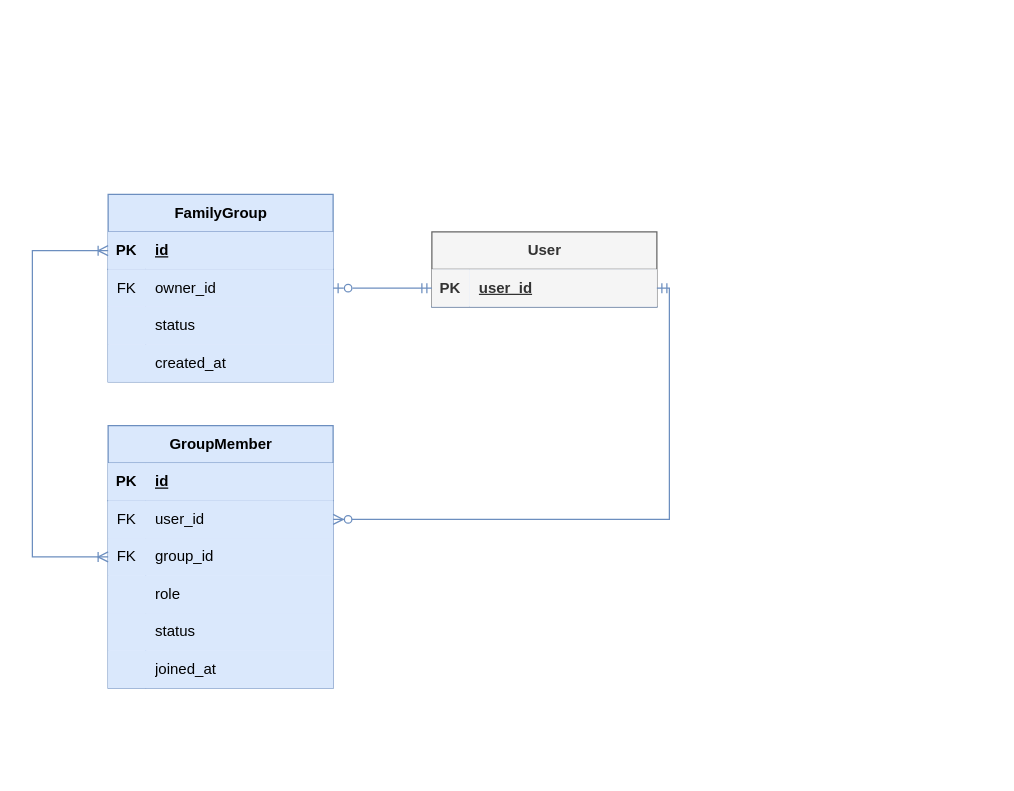
shedoesacase/ishitr-t-mobile-docs keeps this draw.io diagram as 02_Database/diagrams/src/domen1_ER.drawio. Above is the earlier version. Source tidied: cells renumbered, new cells numbered last; positions are measured from the earlier drawing's top-left corner, leaving out a move shared by most shapes. Both pictures are drawn from the tidied source at 125%, with x=0, y=0 at pixel (31, 194).
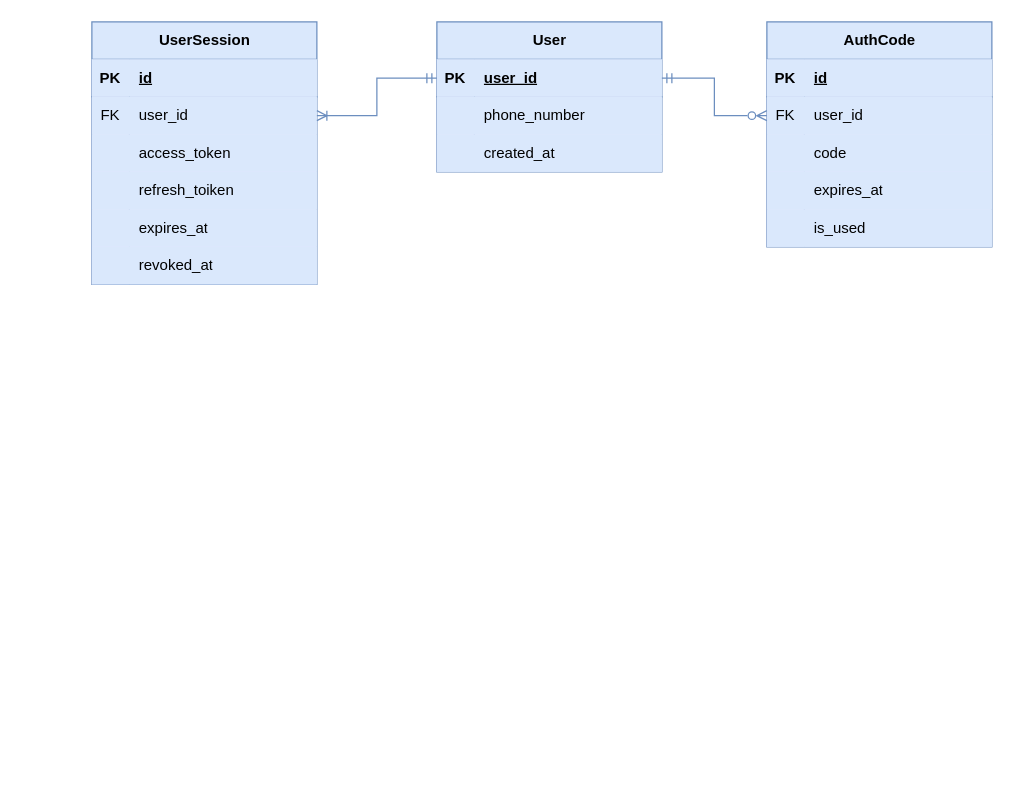
Above is the later version.

The change refers to these unchanged cells:
```xml
<mxCell id="7" style="shape=tableRow;horizontal=0;startSize=0;swimlaneHead=0;swimlaneBody=0;fillColor=#dae8fc;points=[[0,0.5],[1,0.5]];portConstraint=eastwest;top=0;left=0;right=0;bottom=1;strokeColor=#6c8ebf;" parent="6" vertex="1">
  <mxGeometry y="30" width="180" height="30" as="geometry" />
</mxCell>
<mxCell id="10" style="shape=tableRow;horizontal=0;startSize=0;swimlaneHead=0;swimlaneBody=0;fillColor=#dae8fc;points=[[0,0.5],[1,0.5]];portConstraint=eastwest;top=0;left=0;right=0;bottom=0;strokeColor=#6c8ebf;" parent="6" vertex="1">
  <mxGeometry y="60" width="180" height="30" as="geometry" />
</mxCell>
<mxCell id="13" style="shape=tableRow;horizontal=0;startSize=0;swimlaneHead=0;swimlaneBody=0;fillColor=#dae8fc;points=[[0,0.5],[1,0.5]];portConstraint=eastwest;top=0;left=0;right=0;bottom=0;strokeColor=#6c8ebf;" parent="6" vertex="1">
  <mxGeometry y="90" width="180" height="30" as="geometry" />
</mxCell>
<mxCell id="32" style="shape=tableRow;horizontal=0;startSize=0;swimlaneHead=0;swimlaneBody=0;fillColor=#dae8fc;points=[[0,0.5],[1,0.5]];portConstraint=eastwest;top=0;left=0;right=0;bottom=0;strokeColor=#6c8ebf;" parent="28" vertex="1">
  <mxGeometry y="60" width="180" height="30" as="geometry" />
</mxCell>
<mxCell id="35" style="shape=tableRow;horizontal=0;startSize=0;swimlaneHead=0;swimlaneBody=0;fillColor=#dae8fc;top=0;left=0;right=0;bottom=0;strokeColor=#6c8ebf;" parent="28" vertex="1">
  <mxGeometry y="90" width="180" height="30" as="geometry" />
</mxCell>
<mxCell id="38" style="shape=tableRow;horizontal=0;startSize=0;swimlaneHead=0;swimlaneBody=0;fillColor=#dae8fc;top=0;left=0;right=0;bottom=0;strokeColor=#6c8ebf;" parent="28" vertex="1">
  <mxGeometry y="120" width="180" height="30" as="geometry" />
</mxCell>
```

Diff of the diagram source:
```diff
@@
-    <mxCell id="2" value="User" style="shape=table;startSize=30;childLayout=tableLayout;rowLines=0;fontStyle=1;align=center;html=1;fillColor=#f5f5f5;strokeColor=#666666;fontColor=#333333;" parent="1" vertex="1">
-      <mxGeometry x="320" y="30" width="180" height="60" as="geometry" />
-    </mxCell>
-    <mxCell id="3" style="shape=tableRow;horizontal=0;startSize=0;swimlaneHead=0;swimlaneBody=0;fillColor=#dae8fc;points=[[0,0.5],[1,0.5]];portConstraint=eastwest;top=0;left=0;right=0;bottom=1;strokeColor=#6c8ebf;" parent="2" vertex="1">
-      <mxGeometry y="30" width="180" height="30" as="geometry" />
-    </mxCell>
-    <mxCell id="4" value="PK" style="shape=partialRectangle;fillColor=#f5f5f5;top=0;left=0;bottom=0;right=0;fontStyle=1;overflow=hidden;whiteSpace=wrap;html=1;strokeColor=#666666;fontColor=#333333;" parent="3" vertex="1">
-      <mxGeometry width="30" height="30" as="geometry" />
-    </mxCell>
-    <mxCell id="5" value="user_id" style="shape=partialRectangle;fillColor=#f5f5f5;top=0;left=0;bottom=0;right=0;align=left;spacingLeft=6;fontStyle=5;overflow=hidden;whiteSpace=wrap;html=1;strokeColor=#666666;fontColor=#333333;" parent="3" vertex="1">
-      <mxGeometry x="30" width="150" height="30" as="geometry" />
-    </mxCell>
-    <mxCell id="6" value="GroupMember" style="shape=table;startSize=30;childLayout=tableLayout;rowLines=0;fontStyle=1;align=center;html=1;fillColor=#dae8fc;strokeColor=#6c8ebf;" parent="1" vertex="1">
-      <mxGeometry x="61" y="185" width="180" height="210" as="geometry" />
+    <mxCell id="6" value="User" style="shape=table;startSize=30;childLayout=tableLayout;rowLines=0;fontStyle=1;align=center;html=1;fillColor=#dae8fc;strokeColor=#6c8ebf;" parent="1" vertex="1">
+      <mxGeometry x="324" y="-138" width="180" height="120" as="geometry" />
     </mxCell>
@@
-    <mxCell id="9" value="id" style="shape=partialRectangle;fillColor=#dae8fc;top=0;left=0;bottom=0;right=0;align=left;spacingLeft=6;fontStyle=5;overflow=hidden;whiteSpace=wrap;html=1;strokeColor=#6c8ebf;" parent="7" vertex="1">
+    <mxCell id="9" value="user_id" style="shape=partialRectangle;fillColor=#dae8fc;top=0;left=0;bottom=0;right=0;align=left;spacingLeft=6;fontStyle=5;overflow=hidden;whiteSpace=wrap;html=1;strokeColor=#6c8ebf;" parent="7" vertex="1">
       <mxGeometry x="30" width="150" height="30" as="geometry" />
     </mxCell>
@@
-    <mxCell id="11" value="FK" style="shape=partialRectangle;fillColor=#dae8fc;top=0;left=0;bottom=0;right=0;overflow=hidden;whiteSpace=wrap;html=1;strokeColor=#6c8ebf;" parent="10" vertex="1">
+    <mxCell id="11" style="shape=partialRectangle;fillColor=#dae8fc;top=0;left=0;bottom=0;right=0;overflow=hidden;whiteSpace=wrap;html=1;strokeColor=#6c8ebf;" parent="10" vertex="1">
       <mxGeometry width="30" height="30" as="geometry" />
     </mxCell>
-    <mxCell id="12" value="user_id" style="shape=partialRectangle;fillColor=#dae8fc;top=0;left=0;bottom=0;right=0;align=left;spacingLeft=6;overflow=hidden;whiteSpace=wrap;html=1;strokeColor=#6c8ebf;" parent="10" vertex="1">
+    <mxCell id="12" value="phone_number" style="shape=partialRectangle;fillColor=#dae8fc;top=0;left=0;bottom=0;right=0;align=left;spacingLeft=6;overflow=hidden;whiteSpace=wrap;html=1;strokeColor=#6c8ebf;" parent="10" vertex="1">
       <mxGeometry x="30" width="150" height="30" as="geometry" />
     </mxCell>
@@
-    <mxCell id="14" value="FK" style="shape=partialRectangle;fillColor=#dae8fc;top=0;left=0;bottom=0;right=0;overflow=hidden;whiteSpace=wrap;html=1;strokeColor=#6c8ebf;" parent="13" vertex="1">
+    <mxCell id="14" style="shape=partialRectangle;fillColor=#dae8fc;top=0;left=0;bottom=0;right=0;overflow=hidden;whiteSpace=wrap;html=1;strokeColor=#6c8ebf;" parent="13" vertex="1">
       <mxGeometry width="30" height="30" as="geometry" />
     </mxCell>
-    <mxCell id="15" value="group_id" style="shape=partialRectangle;fillColor=#dae8fc;top=0;left=0;bottom=0;right=0;align=left;spacingLeft=6;overflow=hidden;whiteSpace=wrap;html=1;strokeColor=#6c8ebf;" parent="13" vertex="1">
+    <mxCell id="15" value="created_at" style="shape=partialRectangle;fillColor=#dae8fc;top=0;left=0;bottom=0;right=0;align=left;spacingLeft=6;overflow=hidden;whiteSpace=wrap;html=1;strokeColor=#6c8ebf;" parent="13" vertex="1">
       <mxGeometry x="30" width="150" height="30" as="geometry" />
     </mxCell>
-    <mxCell id="16" style="shape=tableRow;horizontal=0;startSize=0;swimlaneHead=0;swimlaneBody=0;fillColor=#dae8fc;top=0;left=0;right=0;bottom=0;strokeColor=#6c8ebf;" parent="6" vertex="1">
-      <mxGeometry y="120" width="180" height="30" as="geometry" />
-    </mxCell>
-    <mxCell id="17" style="shape=partialRectangle;fillColor=#dae8fc;top=0;left=0;bottom=0;right=0;overflow=hidden;whiteSpace=wrap;html=1;strokeColor=#6c8ebf;" parent="16" vertex="1">
-      <mxGeometry width="30" height="30" as="geometry" />
-    </mxCell>
-    <mxCell id="18" value="role" style="shape=partialRectangle;fillColor=#dae8fc;top=0;left=0;bottom=0;right=0;align=left;spacingLeft=6;overflow=hidden;whiteSpace=wrap;html=1;strokeColor=#6c8ebf;" parent="16" vertex="1">
-      <mxGeometry x="30" width="150" height="30" as="geometry" />
-    </mxCell>
-    <mxCell id="19" style="shape=tableRow;horizontal=0;startSize=0;swimlaneHead=0;swimlaneBody=0;fillColor=#dae8fc;top=0;left=0;right=0;bottom=0;strokeColor=#6c8ebf;" parent="6" vertex="1">
-      <mxGeometry y="150" width="180" height="30" as="geometry" />
-    </mxCell>
-    <mxCell id="20" style="shape=partialRectangle;fillColor=#dae8fc;top=0;left=0;bottom=0;right=0;overflow=hidden;whiteSpace=wrap;html=1;strokeColor=#6c8ebf;" parent="19" vertex="1">
-      <mxGeometry width="30" height="30" as="geometry" />
-    </mxCell>
-    <mxCell id="21" value="status" style="shape=partialRectangle;fillColor=#dae8fc;top=0;left=0;bottom=0;right=0;align=left;spacingLeft=6;overflow=hidden;whiteSpace=wrap;html=1;strokeColor=#6c8ebf;" parent="19" vertex="1">
-      <mxGeometry x="30" width="150" height="30" as="geometry" />
-    </mxCell>
-    <mxCell id="22" style="shape=tableRow;horizontal=0;startSize=0;swimlaneHead=0;swimlaneBody=0;fillColor=#dae8fc;top=0;left=0;right=0;bottom=0;strokeColor=#6c8ebf;" parent="6" vertex="1">
-      <mxGeometry y="180" width="180" height="30" as="geometry" />
-    </mxCell>
-    <mxCell id="23" style="shape=partialRectangle;fillColor=#dae8fc;top=0;left=0;bottom=0;right=0;overflow=hidden;whiteSpace=wrap;html=1;strokeColor=#6c8ebf;" parent="22" vertex="1">
-      <mxGeometry width="30" height="30" as="geometry" />
-    </mxCell>
-    <mxCell id="24" value="joined_at" style="shape=partialRectangle;fillColor=#dae8fc;top=0;left=0;bottom=0;right=0;align=left;spacingLeft=6;overflow=hidden;whiteSpace=wrap;html=1;strokeColor=#6c8ebf;" parent="22" vertex="1">
-      <mxGeometry x="30" width="150" height="30" as="geometry" />
-    </mxCell>
@@
-    <mxCell id="27" style="edgeStyle=orthogonalEdgeStyle;fontSize=12;html=1;endArrow=ERzeroToMany;startArrow=ERmandOne;rounded=0;align=center;verticalAlign=middle;fontFamily=Helvetica;fontColor=default;labelBackgroundColor=default;exitX=1;exitY=0.5;exitDx=0;exitDy=0;entryX=1;entryY=0.5;entryDx=0;entryDy=0;fillColor=#dae8fc;strokeColor=#6c8ebf;" parent="1" edge="1" source="3" target="10">
-      <mxGeometry relative="1" as="geometry" />
-    </mxCell>
-    <mxCell id="28" value="FamilyGroup" style="shape=table;startSize=30;childLayout=tableLayout;rowLines=0;fontStyle=1;align=center;html=1;fillColor=#dae8fc;strokeColor=#6c8ebf;" parent="1" vertex="1">
-      <mxGeometry x="61" width="180" height="150" as="geometry" />
+    <mxCell id="28" value="UserSession" style="shape=table;startSize=30;childLayout=tableLayout;rowLines=0;fontStyle=1;align=center;html=1;fillColor=#dae8fc;strokeColor=#6c8ebf;" parent="1" vertex="1">
+      <mxGeometry x="48" y="-138" width="180" height="210" as="geometry" />
     </mxCell>
@@
-    <mxCell id="34" value="owner_id" style="shape=partialRectangle;fillColor=#dae8fc;top=0;left=0;bottom=0;right=0;align=left;spacingLeft=6;overflow=hidden;whiteSpace=wrap;html=1;strokeColor=#6c8ebf;" parent="32" vertex="1">
+    <mxCell id="34" value="user_id" style="shape=partialRectangle;fillColor=#dae8fc;top=0;left=0;bottom=0;right=0;align=left;spacingLeft=6;overflow=hidden;whiteSpace=wrap;html=1;strokeColor=#6c8ebf;" parent="32" vertex="1">
       <mxGeometry x="30" width="150" height="30" as="geometry" />
     </mxCell>
@@
-    <mxCell id="37" value="status" style="shape=partialRectangle;fillColor=#dae8fc;top=0;left=0;bottom=0;right=0;align=left;spacingLeft=6;overflow=hidden;whiteSpace=wrap;html=1;strokeColor=#6c8ebf;" parent="35" vertex="1">
+    <mxCell id="37" value="access_token" style="shape=partialRectangle;fillColor=#dae8fc;top=0;left=0;bottom=0;right=0;align=left;spacingLeft=6;overflow=hidden;whiteSpace=wrap;html=1;strokeColor=#6c8ebf;" parent="35" vertex="1">
       <mxGeometry x="30" width="150" height="30" as="geometry" />
     </mxCell>
@@
-    <mxCell id="40" value="created_at" style="shape=partialRectangle;fillColor=#dae8fc;top=0;left=0;bottom=0;right=0;align=left;spacingLeft=6;overflow=hidden;whiteSpace=wrap;html=1;strokeColor=#6c8ebf;" parent="38" vertex="1">
+    <mxCell id="40" value="refresh_toiken" style="shape=partialRectangle;fillColor=#dae8fc;top=0;left=0;bottom=0;right=0;align=left;spacingLeft=6;overflow=hidden;whiteSpace=wrap;html=1;strokeColor=#6c8ebf;" parent="38" vertex="1">
       <mxGeometry x="30" width="150" height="30" as="geometry" />
     </mxCell>
-    <mxCell id="41" style="edgeStyle=orthogonalEdgeStyle;fontSize=12;html=1;endArrow=ERzeroToOne;startArrow=ERmandOne;rounded=0;align=center;verticalAlign=middle;fontFamily=Helvetica;fontColor=default;labelBackgroundColor=default;exitX=0;exitY=0.5;exitDx=0;exitDy=0;entryX=1;entryY=0.5;entryDx=0;entryDy=0;fillColor=#dae8fc;strokeColor=#6c8ebf;endFill=0;" parent="1" edge="1" source="3" target="32">
-      <mxGeometry relative="1" as="geometry" />
-    </mxCell>
-    <mxCell id="42" style="edgeStyle=orthogonalEdgeStyle;fontSize=12;html=1;endArrow=ERoneToMany;startArrow=ERoneToMany;rounded=0;align=center;verticalAlign=middle;fontFamily=Helvetica;fontColor=default;labelBackgroundColor=default;entryX=0;entryY=0.5;entryDx=0;entryDy=0;fillColor=#dae8fc;strokeColor=#6c8ebf;startFill=0;endFill=0;" parent="1" edge="1" target="13">
-      <mxGeometry relative="1" as="geometry">
-        <mxPoint x="61" y="45" as="sourcePoint" />
-        <Array as="points">
-          <mxPoint x="0.4" y="44.8" />
-          <mxPoint x="0.4" y="290.3" />
-        </Array>
-      </mxGeometry>
-    </mxCell>
+    <mxCell id="43" style="shape=tableRow;horizontal=0;startSize=0;swimlaneHead=0;swimlaneBody=0;fillColor=#dae8fc;top=0;left=0;right=0;bottom=0;strokeColor=#6c8ebf;" parent="28" vertex="1">
+      <mxGeometry y="150" width="180" height="30" as="geometry" />
+    </mxCell>
+    <mxCell id="44" style="shape=partialRectangle;fillColor=#dae8fc;top=0;left=0;bottom=0;right=0;overflow=hidden;whiteSpace=wrap;html=1;strokeColor=#6c8ebf;" parent="43" vertex="1">
+      <mxGeometry width="30" height="30" as="geometry" />
+    </mxCell>
+    <mxCell id="45" value="expires_at" style="shape=partialRectangle;fillColor=#dae8fc;top=0;left=0;bottom=0;right=0;align=left;spacingLeft=6;overflow=hidden;whiteSpace=wrap;html=1;strokeColor=#6c8ebf;" parent="43" vertex="1">
+      <mxGeometry x="30" width="150" height="30" as="geometry" />
+    </mxCell>
+    <mxCell id="22" style="shape=tableRow;horizontal=0;startSize=0;swimlaneHead=0;swimlaneBody=0;fillColor=#dae8fc;top=0;left=0;right=0;bottom=0;strokeColor=#6c8ebf;" parent="28" vertex="1">
+      <mxGeometry y="180" width="180" height="30" as="geometry" />
+    </mxCell>
+    <mxCell id="46" style="shape=partialRectangle;fillColor=#dae8fc;top=0;left=0;bottom=0;right=0;overflow=hidden;whiteSpace=wrap;html=1;strokeColor=#6c8ebf;" parent="22" vertex="1">
+      <mxGeometry width="30" height="30" as="geometry" />
+    </mxCell>
+    <mxCell id="47" value="revoked_at" style="shape=partialRectangle;fillColor=#dae8fc;top=0;left=0;bottom=0;right=0;align=left;spacingLeft=6;overflow=hidden;whiteSpace=wrap;html=1;strokeColor=#6c8ebf;" parent="22" vertex="1">
+      <mxGeometry x="30" width="150" height="30" as="geometry" />
+    </mxCell>
+    <mxCell id="48" value="AuthCode" style="shape=table;startSize=30;childLayout=tableLayout;rowLines=0;fontStyle=1;align=center;html=1;fillColor=#dae8fc;strokeColor=#6c8ebf;" parent="1" vertex="1">
+      <mxGeometry x="588" y="-138" width="180" height="180" as="geometry" />
+    </mxCell>
+    <mxCell id="3" style="shape=tableRow;horizontal=0;startSize=0;swimlaneHead=0;swimlaneBody=0;fillColor=#dae8fc;points=[[0,0.5],[1,0.5]];portConstraint=eastwest;top=0;left=0;right=0;bottom=1;strokeColor=#6c8ebf;" parent="48" vertex="1">
+      <mxGeometry y="30" width="180" height="30" as="geometry" />
+    </mxCell>
+    <mxCell id="4" value="PK" style="shape=partialRectangle;fillColor=#dae8fc;top=0;left=0;bottom=0;right=0;fontStyle=1;overflow=hidden;whiteSpace=wrap;html=1;strokeColor=#6c8ebf;" parent="3" vertex="1">
+      <mxGeometry width="30" height="30" as="geometry" />
+    </mxCell>
+    <mxCell id="49" value="id" style="shape=partialRectangle;fillColor=#dae8fc;top=0;left=0;bottom=0;right=0;align=left;spacingLeft=6;fontStyle=5;overflow=hidden;whiteSpace=wrap;html=1;strokeColor=#6c8ebf;" parent="3" vertex="1">
+      <mxGeometry x="30" width="150" height="30" as="geometry" />
+    </mxCell>
+    <mxCell id="50" style="shape=tableRow;horizontal=0;startSize=0;swimlaneHead=0;swimlaneBody=0;fillColor=#dae8fc;points=[[0,0.5],[1,0.5]];portConstraint=eastwest;top=0;left=0;right=0;bottom=0;strokeColor=#6c8ebf;" parent="48" vertex="1">
+      <mxGeometry y="60" width="180" height="30" as="geometry" />
+    </mxCell>
+    <mxCell id="51" value="FK" style="shape=partialRectangle;fillColor=#dae8fc;top=0;left=0;bottom=0;right=0;overflow=hidden;whiteSpace=wrap;html=1;strokeColor=#6c8ebf;" parent="50" vertex="1">
+      <mxGeometry width="30" height="30" as="geometry" />
+    </mxCell>
+    <mxCell id="5" value="user_id" style="shape=partialRectangle;fillColor=#dae8fc;top=0;left=0;bottom=0;right=0;align=left;spacingLeft=6;overflow=hidden;whiteSpace=wrap;html=1;strokeColor=#6c8ebf;" parent="50" vertex="1">
+      <mxGeometry x="30" width="150" height="30" as="geometry" />
+    </mxCell>
+    <mxCell id="52" style="shape=tableRow;horizontal=0;startSize=0;swimlaneHead=0;swimlaneBody=0;fillColor=#dae8fc;top=0;left=0;right=0;bottom=0;strokeColor=#6c8ebf;" parent="48" vertex="1">
+      <mxGeometry y="90" width="180" height="30" as="geometry" />
+    </mxCell>
+    <mxCell id="53" style="shape=partialRectangle;fillColor=#dae8fc;top=0;left=0;bottom=0;right=0;overflow=hidden;whiteSpace=wrap;html=1;strokeColor=#6c8ebf;" parent="52" vertex="1">
+      <mxGeometry width="30" height="30" as="geometry" />
+    </mxCell>
+    <mxCell id="54" value="code" style="shape=partialRectangle;fillColor=#dae8fc;top=0;left=0;bottom=0;right=0;align=left;spacingLeft=6;overflow=hidden;whiteSpace=wrap;html=1;strokeColor=#6c8ebf;" parent="52" vertex="1">
+      <mxGeometry x="30" width="150" height="30" as="geometry" />
+    </mxCell>
+    <mxCell id="16" style="shape=tableRow;horizontal=0;startSize=0;swimlaneHead=0;swimlaneBody=0;fillColor=#dae8fc;top=0;left=0;right=0;bottom=0;strokeColor=#6c8ebf;" parent="48" vertex="1">
+      <mxGeometry y="120" width="180" height="30" as="geometry" />
+    </mxCell>
+    <mxCell id="55" style="shape=partialRectangle;fillColor=#dae8fc;top=0;left=0;bottom=0;right=0;overflow=hidden;whiteSpace=wrap;html=1;strokeColor=#6c8ebf;" parent="16" vertex="1">
+      <mxGeometry width="30" height="30" as="geometry" />
+    </mxCell>
+    <mxCell id="56" value="expires_at" style="shape=partialRectangle;fillColor=#dae8fc;top=0;left=0;bottom=0;right=0;align=left;spacingLeft=6;overflow=hidden;whiteSpace=wrap;html=1;strokeColor=#6c8ebf;" parent="16" vertex="1">
+      <mxGeometry x="30" width="150" height="30" as="geometry" />
+    </mxCell>
+    <mxCell id="57" style="shape=tableRow;horizontal=0;startSize=0;swimlaneHead=0;swimlaneBody=0;fillColor=#dae8fc;top=0;left=0;right=0;bottom=0;strokeColor=#6c8ebf;" parent="48" vertex="1">
+      <mxGeometry y="150" width="180" height="30" as="geometry" />
+    </mxCell>
+    <mxCell id="58" style="shape=partialRectangle;fillColor=#dae8fc;top=0;left=0;bottom=0;right=0;overflow=hidden;whiteSpace=wrap;html=1;strokeColor=#6c8ebf;" parent="57" vertex="1">
+      <mxGeometry width="30" height="30" as="geometry" />
+    </mxCell>
+    <mxCell id="59" value="is_used" style="shape=partialRectangle;fillColor=#dae8fc;top=0;left=0;bottom=0;right=0;align=left;spacingLeft=6;overflow=hidden;whiteSpace=wrap;html=1;strokeColor=#6c8ebf;" parent="57" vertex="1">
+      <mxGeometry x="30" width="150" height="30" as="geometry" />
+    </mxCell>
+    <mxCell id="60" style="edgeStyle=orthogonalEdgeStyle;fontSize=12;html=1;endArrow=ERmandOne;rounded=0;strokeColor=#6c8ebf;align=center;verticalAlign=middle;fontFamily=Helvetica;fontColor=default;labelBackgroundColor=default;entryX=0;entryY=0.5;entryDx=0;entryDy=0;exitX=1;exitY=0.5;exitDx=0;exitDy=0;startArrow=ERoneToMany;startFill=0;endFill=0;fillColor=#dae8fc;" parent="1" edge="1" source="32" target="7">
+      <mxGeometry relative="1" as="geometry" />
+    </mxCell>
+    <mxCell id="61" style="edgeStyle=orthogonalEdgeStyle;fontSize=12;html=1;endArrow=ERzeroToMany;rounded=0;strokeColor=#6c8ebf;align=center;verticalAlign=middle;fontFamily=Helvetica;fontColor=default;labelBackgroundColor=default;entryX=0;entryY=0.5;entryDx=0;entryDy=0;exitX=1;exitY=0.5;exitDx=0;exitDy=0;endFill=0;startArrow=ERmandOne;startFill=0;fillColor=#dae8fc;" parent="1" edge="1" source="7" target="50">
+      <mxGeometry relative="1" as="geometry" />
+    </mxCell>
```
